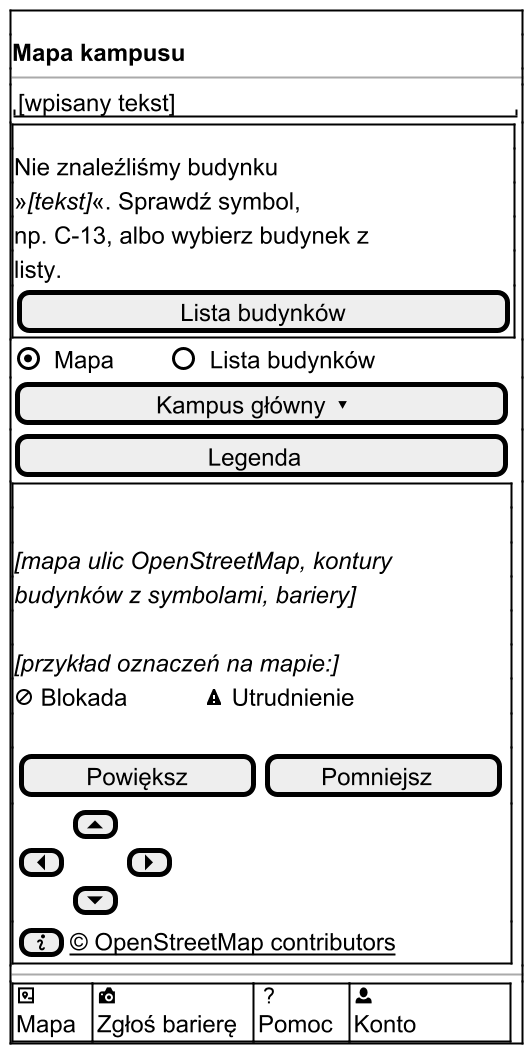
The PlantUML diagram docs/docs/_generated/m-v1-mapa-pusty.png in dostepny-kampus/dostepny-kampus, before a commit.
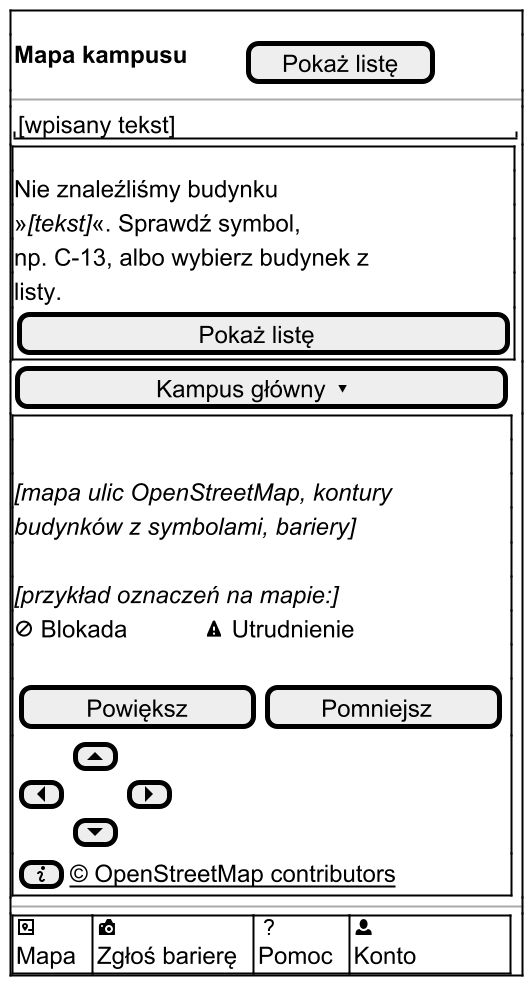
The same file after the commit.

The edit, as a diff of the source:
```diff
@@ -3,12 +3,10 @@
 !include _wspolne.iuml
 !include _odwiedzajacy.iuml
 $ekran_poczatek()
-$naglowek_startowy("Mapa kampusu")
+$naglowek_mapy("Pokaż listę")
 $pole_tekstowe("[wpisany tekst]")
-$komunikat("Nie znaleźliśmy budynku »<i>[tekst]</i>«. Sprawdź symbol, np. C-13, albo wybierz budynek z listy.", "Lista budynków")
-$przelacznik("Mapa", "Lista budynków", 1)
+$komunikat("Nie znaleźliśmy budynku »<i>[tekst]</i>«. Sprawdź symbol, np. C-13, albo wybierz budynek z listy.", "Pokaż listę")
 $przycisk("Kampus główny ▾")
-$przycisk("Legenda")
 $mapa("mapa ulic OpenStreetMap, kontury budynków z symbolami, bariery", $blokada() + $dk_spacje(6) + $utrudnienie(), "info")
 $pasek_dolny_konto()
 $ekran_koniec()
```
